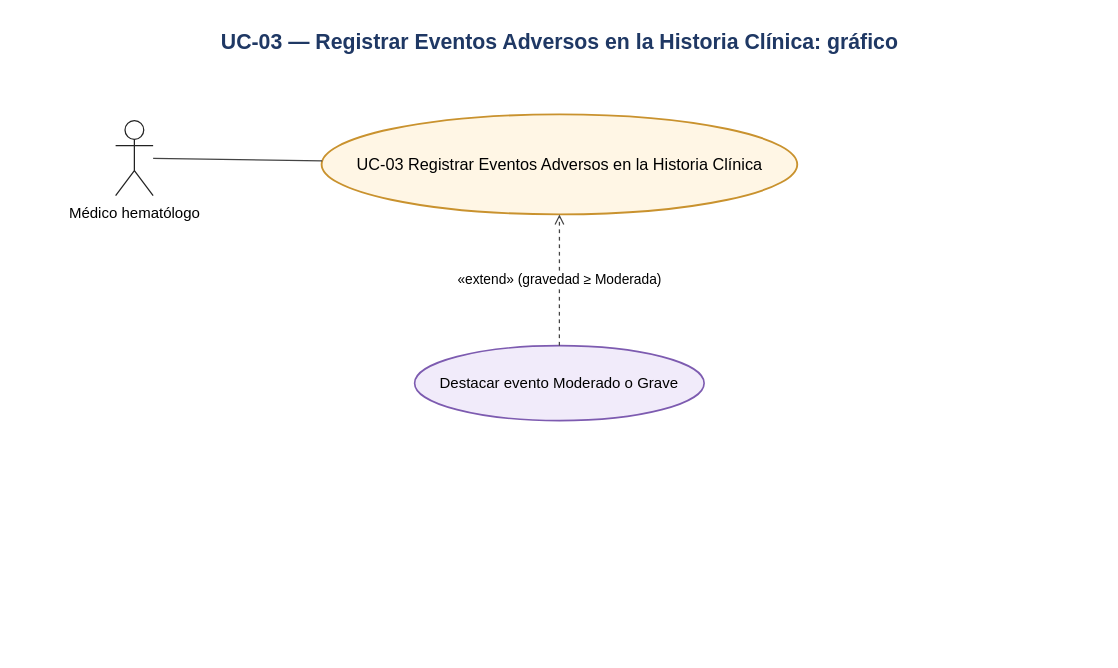
The draw.io diagram Diagramas/UC-03/UC-03 - Gráfico.drawio in DanteSchlogl/OpenRIN-corregido, before the edit. Source tidied: cells renumbered, new cells numbered last; positions are measured from the earlier drawing's top-left corner, leaving out a move shared by most shapes. Both pictures are drawn from the tidied source at 125%, with x=0, y=0 at pixel (21, 21).
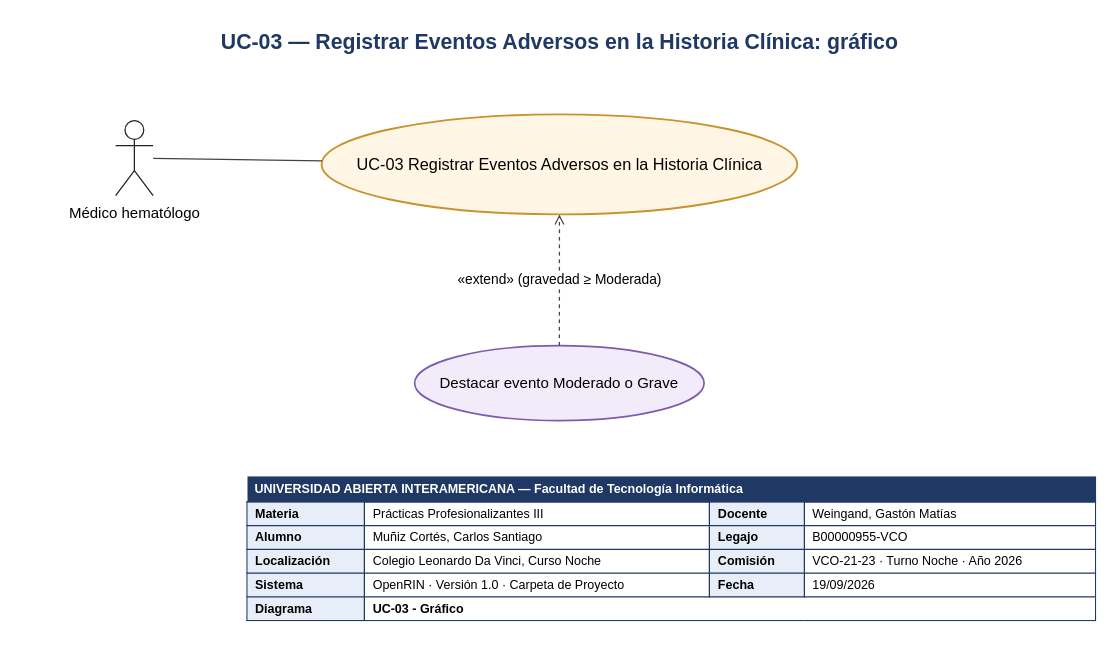
The same page after the edit.

What changed in the source:
```diff
@@
 <mxGraphModel>
   <root>
     <mxCell id="0" />
     <mxCell id="1" parent="0" />
     <mxCell id="2" value="UC-03 — Registrar Eventos Adversos en la Historia Clínica: gráfico" style="text;html=1;strokeColor=none;fillColor=none;fontFamily=Arial;whiteSpace=nowrap;fontSize=17;fontStyle=1;fontColor=#1F3864;align=center;" parent="1" vertex="1">
       <mxGeometry width="860" height="28" as="geometry" />
     </mxCell>
     <mxCell id="3" value="UC-03 Registrar Eventos Adversos en la Historia Clínica" style="ellipse;whiteSpace=wrap;html=1;fillColor=#FFF6E5;strokeColor=#C9922E;strokeWidth=1.5;fontFamily=Arial;fontSize=13;" parent="1" vertex="1">
       <mxGeometry x="239.8" y="74" width="380.5" height="80" as="geometry" />
     </mxCell>
     <mxCell id="4" value="Médico hematólogo" style="shape=umlActor;verticalLabelPosition=bottom;verticalAlign=top;html=1;outlineConnect=0;strokeColor=#222222;fillColor=none;fontFamily=Arial;fontSize=12;" parent="1" vertex="1">
       <mxGeometry x="75" y="79" width="30" height="60" as="geometry" />
     </mxCell>
     <mxCell id="5" style="endArrow=none;html=1;strokeColor=#444444;" parent="1" edge="1" source="4" target="3">
       <mxGeometry relative="1" as="geometry" />
     </mxCell>
     <mxCell id="6" value="Destacar evento Moderado o Grave" style="ellipse;whiteSpace=wrap;html=1;fillColor=#F1EBFA;strokeColor=#7D5BB0;strokeWidth=1.3;fontFamily=Arial;fontSize=12;" parent="1" vertex="1">
       <mxGeometry x="314.2" y="259" width="231.6" height="60" as="geometry" />
     </mxCell>
     <mxCell id="7" value="«extend» (gravedad ≥ Moderada)" style="html=1;dashed=1;endArrow=open;endFill=0;strokeColor=#444444;fontFamily=Arial;fontSize=11;labelBackgroundColor=#FFFFFF;" parent="1" edge="1" source="6" target="3">
       <mxGeometry relative="1" as="geometry" />
     </mxCell>
+    <mxCell id="8" value="&lt;table style=&quot;border-collapse:collapse;font-family:Arial;font-size:10px;width:680px;table-layout:auto;&quot;&gt;&lt;tr&gt;&lt;td colspan=&quot;4&quot; style=&quot;background:#1F3864;color:#FFFFFF;font-weight:bold;padding:4px 6px;&quot;&gt;UNIVERSIDAD ABIERTA INTERAMERICANA — Facultad de Tecnología Informática&lt;/td&gt;&lt;/tr&gt;&lt;tr&gt;&lt;td style=&quot;border:1px solid #1F3864;padding:3px 6px;font-weight:bold;background:#E8EEF8;white-space:nowrap;&quot;&gt;Materia&lt;/td&gt;&lt;td style=&quot;border:1px solid #1F3864;padding:3px 6px;&quot;&gt;Prácticas Profesionalizantes III&lt;/td&gt;&lt;td style=&quot;border:1px solid #1F3864;padding:3px 6px;font-weight:bold;background:#E8EEF8;white-space:nowrap;&quot;&gt;Docente&lt;/td&gt;&lt;td style=&quot;border:1px solid #1F3864;padding:3px 6px;&quot;&gt;Weingand, Gastón Matías&lt;/td&gt;&lt;/tr&gt;&lt;tr&gt;&lt;td style=&quot;border:1px solid #1F3864;padding:3px 6px;font-weight:bold;background:#E8EEF8;white-space:nowrap;&quot;&gt;Alumno&lt;/td&gt;&lt;td style=&quot;border:1px solid #1F3864;padding:3px 6px;&quot;&gt;Muñiz Cortés, Carlos Santiago&lt;/td&gt;&lt;td style=&quot;border:1px solid #1F3864;padding:3px 6px;font-weight:bold;background:#E8EEF8;white-space:nowrap;&quot;&gt;Legajo&lt;/td&gt;&lt;td style=&quot;border:1px solid #1F3864;padding:3px 6px;&quot;&gt;B00000955-VCO&lt;/td&gt;&lt;/tr&gt;&lt;tr&gt;&lt;td style=&quot;border:1px solid #1F3864;padding:3px 6px;font-weight:bold;background:#E8EEF8;white-space:nowrap;&quot;&gt;Localización&lt;/td&gt;&lt;td style=&quot;border:1px solid #1F3864;padding:3px 6px;&quot;&gt;Colegio Leonardo Da Vinci, Curso Noche&lt;/td&gt;&lt;td style=&quot;border:1px solid #1F3864;padding:3px 6px;font-weight:bold;background:#E8EEF8;white-space:nowrap;&quot;&gt;Comisión&lt;/td&gt;&lt;td style=&quot;border:1px solid #1F3864;padding:3px 6px;&quot;&gt;VCO-21-23 · Turno Noche · Año 2026&lt;/td&gt;&lt;/tr&gt;&lt;tr&gt;&lt;td style=&quot;border:1px solid #1F3864;padding:3px 6px;font-weight:bold;background:#E8EEF8;white-space:nowrap;&quot;&gt;Sistema&lt;/td&gt;&lt;td style=&quot;border:1px solid #1F3864;padding:3px 6px;&quot;&gt;OpenRIN · Versión 1.0 · Carpeta de Proyecto&lt;/td&gt;&lt;td style=&quot;border:1px solid #1F3864;padding:3px 6px;font-weight:bold;background:#E8EEF8;white-space:nowrap;&quot;&gt;Fecha&lt;/td&gt;&lt;td style=&quot;border:1px solid #1F3864;padding:3px 6px;&quot;&gt;19/09/2026&lt;/td&gt;&lt;/tr&gt;&lt;tr&gt;&lt;td style=&quot;border:1px solid #1F3864;padding:3px 6px;font-weight:bold;background:#E8EEF8;white-space:nowrap;&quot;&gt;Diagrama&lt;/td&gt;&lt;td colspan=&quot;3&quot; style=&quot;border:1px solid #1F3864;padding:3px 6px;font-weight:bold;&quot;&gt;UC-03 - Gráfico&lt;/td&gt;&lt;/tr&gt;&lt;/table&gt;" style="html=1;whiteSpace=wrap;overflow=hidden;align=left;verticalAlign=top;fillColor=#FFFFFF;strokeColor=none;spacing=0;" parent="1" vertex="1">
+      <mxGeometry x="180" y="359" width="680" height="136" as="geometry" />
+    </mxCell>
   </root>
 </mxGraphModel>
```
